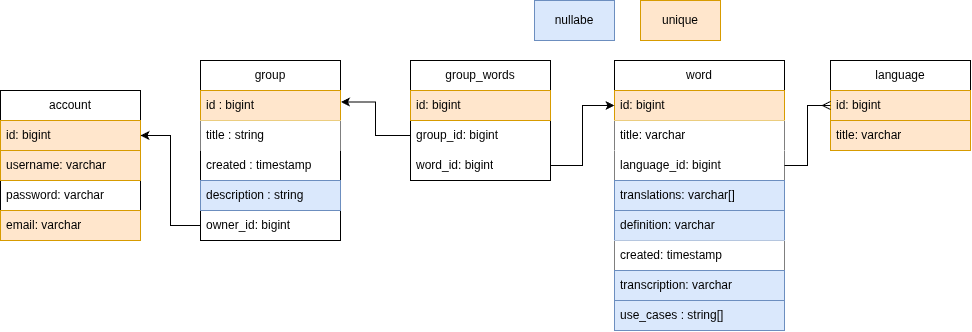
architect-711/wordsapp keeps this draw.io diagram as docs/Database_schema.drawio.png. Above is the earlier version. Source tidied: cells renumbered, new cells last; positions are measured from the earlier drawing's top-left corner, leaving out a move shared by most shapes.
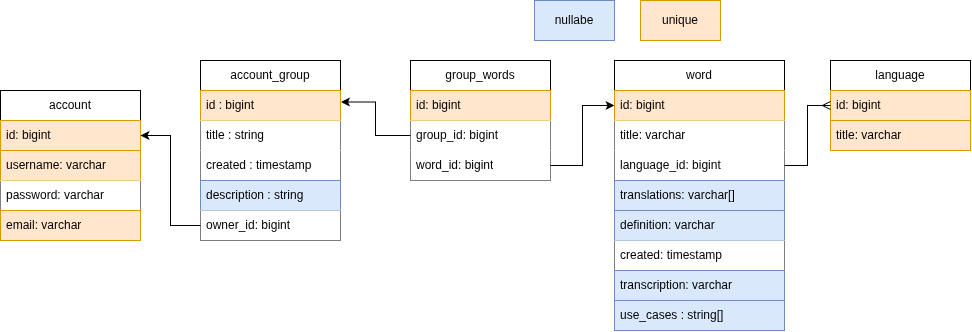
The same diagram one commit later.

Commit message:
docs: update API ping

forget to do that

Diff of the diagram source:
```diff
@@ -47,7 +47,7 @@
     <mxCell id="16" value="nullabe" style="rounded=0;whiteSpace=wrap;html=1;fillColor=#dae8fc;strokeColor=#6c8ebf;" parent="1" vertex="1">
       <mxGeometry x="534" width="80" height="40" as="geometry" />
     </mxCell>
-    <mxCell id="17" value="group" style="swimlane;fontStyle=0;horizontal=1;startSize=30;whiteSpace=wrap;html=1;" parent="1" vertex="1">
+    <mxCell id="17" value="account_group" style="swimlane;fontStyle=0;horizontal=1;startSize=30;whiteSpace=wrap;html=1;" parent="1" vertex="1">
       <mxGeometry x="200" y="60" width="140" height="180" as="geometry" />
     </mxCell>
     <mxCell id="18" value="id : bigint" style="text;strokeColor=#d79b00;fillColor=#ffe6cc;align=left;verticalAlign=middle;spacingLeft=4;spacingRight=4;overflow=hidden;points=[[0,0.5],[1,0.5]];portConstraint=eastwest;whiteSpace=wrap;html=1;" parent="17" vertex="1">
@@ -56,13 +56,13 @@
     <mxCell id="19" value="title : string" style="text;align=left;verticalAlign=middle;spacingLeft=4;spacingRight=4;overflow=hidden;whiteSpace=wrap;html=1;fillColor=default;" parent="17" vertex="1">
       <mxGeometry y="60" width="140" height="30" as="geometry" />
     </mxCell>
-    <mxCell id="20" value="created : timestamp" style="text;strokeColor=none;fillColor=none;align=left;verticalAlign=middle;spacingLeft=4;spacingRight=4;overflow=hidden;whiteSpace=wrap;html=1;" parent="17" vertex="1">
+    <mxCell id="20" value="created : timestamp" style="text;align=left;verticalAlign=middle;spacingLeft=4;spacingRight=4;overflow=hidden;whiteSpace=wrap;html=1;fillColor=default;" parent="17" vertex="1">
       <mxGeometry y="90" width="140" height="30" as="geometry" />
     </mxCell>
     <mxCell id="21" value="description : string" style="text;strokeColor=#6c8ebf;fillColor=#dae8fc;align=left;verticalAlign=middle;spacingLeft=4;spacingRight=4;overflow=hidden;whiteSpace=wrap;html=1;" parent="17" vertex="1">
       <mxGeometry y="120" width="140" height="30" as="geometry" />
     </mxCell>
-    <mxCell id="22" value="owner_id: bigint" style="text;strokeColor=none;fillColor=none;align=left;verticalAlign=middle;spacingLeft=4;spacingRight=4;overflow=hidden;points=[[0,0.5],[1,0.5]];portConstraint=eastwest;whiteSpace=wrap;html=1;" parent="17" vertex="1">
+    <mxCell id="22" value="owner_id: bigint" style="text;align=left;verticalAlign=middle;spacingLeft=4;spacingRight=4;overflow=hidden;points=[[0,0.5],[1,0.5]];portConstraint=eastwest;whiteSpace=wrap;html=1;fillColor=default;" parent="17" vertex="1">
       <mxGeometry y="150" width="140" height="30" as="geometry" />
     </mxCell>
     <mxCell id="23" value="account" style="swimlane;fontStyle=0;horizontal=1;startSize=30;whiteSpace=wrap;html=1;" parent="1" vertex="1">
@@ -74,7 +74,7 @@
     <mxCell id="25" value="username: varchar" style="text;strokeColor=#d79b00;fillColor=#ffe6cc;align=left;verticalAlign=middle;spacingLeft=4;spacingRight=4;overflow=hidden;whiteSpace=wrap;html=1;" parent="23" vertex="1">
       <mxGeometry y="60" width="140" height="30" as="geometry" />
     </mxCell>
-    <mxCell id="26" value="password: varchar" style="text;strokeColor=none;fillColor=none;align=left;verticalAlign=middle;spacingLeft=4;spacingRight=4;overflow=hidden;whiteSpace=wrap;html=1;" parent="23" vertex="1">
+    <mxCell id="26" value="password: varchar" style="text;align=left;verticalAlign=middle;spacingLeft=4;spacingRight=4;overflow=hidden;whiteSpace=wrap;html=1;fillColor=default;" parent="23" vertex="1">
       <mxGeometry y="90" width="140" height="30" as="geometry" />
     </mxCell>
     <mxCell id="27" value="email: varchar" style="text;strokeColor=#d79b00;fillColor=#ffe6cc;align=left;verticalAlign=middle;spacingLeft=4;spacingRight=4;overflow=hidden;whiteSpace=wrap;html=1;" parent="23" vertex="1">
@@ -86,10 +86,10 @@
     <mxCell id="29" value="id: bigint&amp;nbsp;" style="text;strokeColor=#d79b00;fillColor=#ffe6cc;align=left;verticalAlign=middle;spacingLeft=4;spacingRight=4;overflow=hidden;whiteSpace=wrap;html=1;" parent="28" vertex="1">
       <mxGeometry y="30" width="140" height="30" as="geometry" />
     </mxCell>
-    <mxCell id="30" value="group_id: bigint" style="text;strokeColor=none;fillColor=none;align=left;verticalAlign=middle;spacingLeft=4;spacingRight=4;overflow=hidden;points=[[0,0.5],[1,0.5]];portConstraint=eastwest;whiteSpace=wrap;html=1;" parent="28" vertex="1">
+    <mxCell id="30" value="group_id: bigint" style="text;align=left;verticalAlign=middle;spacingLeft=4;spacingRight=4;overflow=hidden;points=[[0,0.5],[1,0.5]];portConstraint=eastwest;whiteSpace=wrap;html=1;fillColor=default;" parent="28" vertex="1">
       <mxGeometry y="60" width="140" height="30" as="geometry" />
     </mxCell>
-    <mxCell id="31" value="word_id: bigint" style="text;strokeColor=none;fillColor=none;align=left;verticalAlign=middle;spacingLeft=4;spacingRight=4;overflow=hidden;points=[[0,0.5],[1,0.5]];portConstraint=eastwest;whiteSpace=wrap;html=1;" parent="28" vertex="1">
+    <mxCell id="31" value="word_id: bigint" style="text;align=left;verticalAlign=middle;spacingLeft=4;spacingRight=4;overflow=hidden;points=[[0,0.5],[1,0.5]];portConstraint=eastwest;whiteSpace=wrap;html=1;fillColor=default;" parent="28" vertex="1">
       <mxGeometry y="90" width="140" height="30" as="geometry" />
     </mxCell>
     <mxCell id="32" style="edgeStyle=orthogonalEdgeStyle;rounded=0;jettySize=auto;html=1;entryX=1;entryY=0.5;entryDx=0;entryDy=0;" parent="1" edge="1" source="22" target="24">
```
